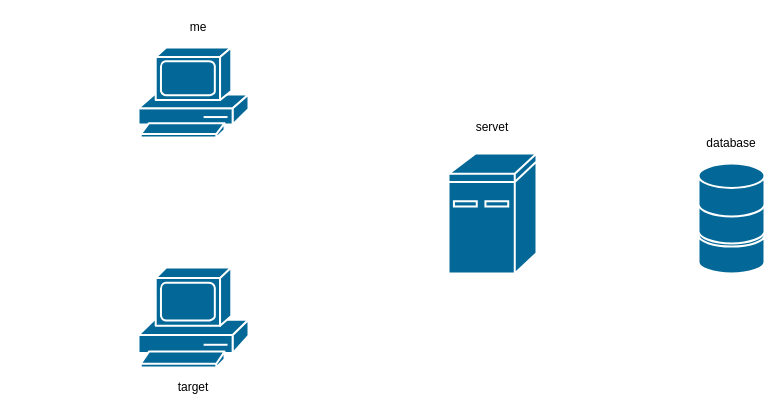
Above: data.drawio in omh02033/t-tracking (draw.io), before the change. Source tidied: cells renumbered, new cells numbered last; positions are measured from the earlier drawing's top-left corner, leaving out a move shared by most shapes. Both pictures are drawn from the tidied source at 100%, with x=0, y=0 at pixel (138, 17).
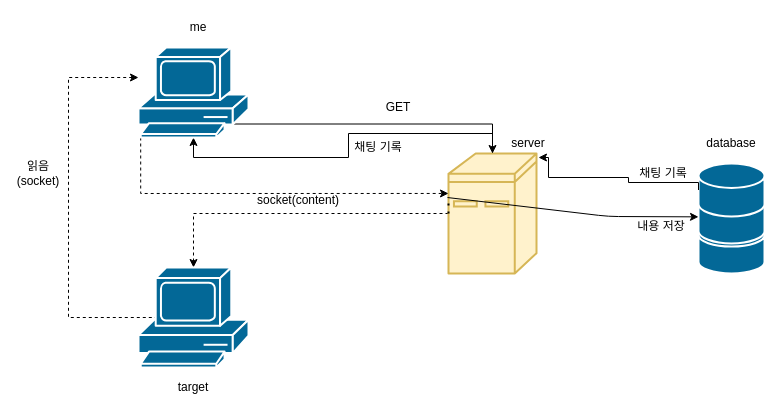
The same diagram, later.

Unchanged cells that the change refers to:
```xml
<mxCell id="3" style="shape=mxgraph.cisco.computers_and_peripherals.pc;html=1;dashed=0;fillColor=#036897;strokeColor=#ffffff;strokeWidth=2;verticalLabelPosition=bottom;verticalAlign=top;align=center;outlineConnect=0;" parent="1" vertex="1">
  <mxGeometry y="250" width="110" height="100" as="geometry" />
</mxCell>
<mxCell id="4" style="shape=mxgraph.cisco.computers_and_peripherals.pc;html=1;dashed=0;fillColor=#036897;strokeColor=#ffffff;strokeWidth=2;verticalLabelPosition=bottom;verticalAlign=top;align=center;outlineConnect=0;" parent="1" vertex="1">
  <mxGeometry y="30" width="110" height="90" as="geometry" />
</mxCell>
<mxCell id="6" style="shape=mxgraph.cisco.storage.relational_database;html=1;dashed=0;fillColor=#036897;strokeColor=#ffffff;strokeWidth=2;verticalLabelPosition=bottom;verticalAlign=top;align=center;outlineConnect=0;" parent="1" vertex="1">
  <mxGeometry x="560" y="173" width="66" height="53" as="geometry" />
</mxCell>
<mxCell id="7" style="shape=mxgraph.cisco.storage.relational_database;html=1;dashed=0;fillColor=#036897;strokeColor=#ffffff;strokeWidth=2;verticalLabelPosition=bottom;verticalAlign=top;align=center;outlineConnect=0;" parent="1" vertex="1">
  <mxGeometry x="560" y="146" width="66" height="53" as="geometry" />
</mxCell>
```

What changed in the source:
```diff
@@
+    <mxCell id="12" style="edgeStyle=orthogonalEdgeStyle;rounded=0;jettySize=auto;html=1;exitX=0.5;exitY=0;exitDx=0;exitDy=0;exitPerimeter=0;" parent="1" edge="1" source="2" target="4">
+      <mxGeometry relative="1" as="geometry" />
+    </mxCell>
+    <mxCell id="13" style="edgeStyle=orthogonalEdgeStyle;rounded=0;jettySize=auto;html=1;exitX=0;exitY=0.5;exitDx=0;exitDy=0;exitPerimeter=0;entryX=0.5;entryY=0;entryDx=0;entryDy=0;entryPerimeter=0;dashed=1;" parent="1" edge="1" source="2" target="3">
+      <mxGeometry relative="1" as="geometry" />
+    </mxCell>
-    <mxCell id="2" style="shape=mxgraph.cisco.computers_and_peripherals.ibm_mini_as400;html=1;dashed=0;fillColor=#036897;strokeColor=#ffffff;strokeWidth=2;verticalLabelPosition=bottom;verticalAlign=top;align=center;outlineConnect=0;" parent="1" vertex="1">
+    <mxCell id="2" style="shape=mxgraph.cisco.computers_and_peripherals.ibm_mini_as400;html=1;dashed=0;strokeWidth=2;verticalLabelPosition=bottom;verticalAlign=top;align=center;outlineConnect=0;strokeColor=#d6b656;fillColor=#fff2cc;" parent="1" vertex="1">
       <mxGeometry x="310" y="136" width="88" height="120" as="geometry" />
     </mxCell>
+    <mxCell id="14" style="edgeStyle=orthogonalEdgeStyle;rounded=0;jettySize=auto;html=1;exitX=0.83;exitY=0.5;exitDx=0;exitDy=0;exitPerimeter=0;dashed=1;" parent="1" edge="1" source="3" target="4">
+      <mxGeometry relative="1" as="geometry">
+        <Array as="points">
+          <mxPoint x="-70" y="300" />
+          <mxPoint x="-70" y="60" />
+        </Array>
+      </mxGeometry>
+    </mxCell>
@@
+    <mxCell id="15" style="edgeStyle=orthogonalEdgeStyle;rounded=0;jettySize=auto;html=1;exitX=0.86;exitY=0.85;exitDx=0;exitDy=0;exitPerimeter=0;" parent="1" edge="1" source="4" target="2">
+      <mxGeometry relative="1" as="geometry" />
+    </mxCell>
+    <mxCell id="16" style="edgeStyle=orthogonalEdgeStyle;jettySize=auto;html=1;exitX=0.02;exitY=1;exitDx=0;exitDy=0;exitPerimeter=0;entryX=0;entryY=0.333;entryDx=0;entryDy=0;entryPerimeter=0;rounded=0;dashed=1;" parent="1" edge="1" source="4" target="2">
+      <mxGeometry relative="1" as="geometry" />
+    </mxCell>
@@
-    <mxCell id="10" value="servet" style="text;html=1;strokeColor=none;fillColor=none;align=center;verticalAlign=middle;whiteSpace=wrap;rounded=0;" parent="1" vertex="1">
-      <mxGeometry x="334" y="100" width="40" height="20" as="geometry" />
+    <mxCell id="10" value="server" style="text;html=1;strokeColor=none;fillColor=none;align=center;verticalAlign=middle;whiteSpace=wrap;rounded=0;" parent="1" vertex="1">
+      <mxGeometry x="370" y="116" width="40" height="20" as="geometry" />
     </mxCell>
@@
+    <mxCell id="17" value="GET" style="text;html=1;strokeColor=none;fillColor=none;align=center;verticalAlign=middle;whiteSpace=wrap;rounded=0;" parent="1" vertex="1">
+      <mxGeometry x="240" y="80" width="40" height="20" as="geometry" />
+    </mxCell>
+    <mxCell id="18" value="채팅 기록" style="text;html=1;strokeColor=none;fillColor=none;align=center;verticalAlign=middle;whiteSpace=wrap;rounded=0;" parent="1" vertex="1">
+      <mxGeometry x="490" y="146" width="70" height="20" as="geometry" />
+    </mxCell>
+    <mxCell id="19" value="채팅 기록" style="text;html=1;strokeColor=none;fillColor=none;align=center;verticalAlign=middle;whiteSpace=wrap;rounded=0;" parent="1" vertex="1">
+      <mxGeometry x="210" y="120" width="60" height="20" as="geometry" />
+    </mxCell>
+    <mxCell id="20" value="socket(content)" style="text;html=1;strokeColor=none;fillColor=none;align=center;verticalAlign=middle;whiteSpace=wrap;rounded=0;" parent="1" vertex="1">
+      <mxGeometry x="140" y="173" width="40" height="20" as="geometry" />
+    </mxCell>
+    <mxCell id="21" style="endArrow=classic;html=1;exitX=-0.011;exitY=0.367;exitDx=0;exitDy=0;exitPerimeter=0;endFill=1;" parent="1" edge="1" source="2" target="6">
+      <mxGeometry relative="1" as="geometry">
+        <Array as="points">
+          <mxPoint x="470" y="199" />
+        </Array>
+      </mxGeometry>
+    </mxCell>
+    <mxCell id="22" value="내용 저장" style="text;html=1;strokeColor=none;fillColor=none;align=center;verticalAlign=middle;whiteSpace=wrap;rounded=0;rotation=0;" parent="1" vertex="1">
+      <mxGeometry x="473" y="199" width="100" height="20" as="geometry" />
+    </mxCell>
+    <mxCell id="23" value="읽음(socket)" style="text;html=1;strokeColor=none;fillColor=none;align=center;verticalAlign=middle;whiteSpace=wrap;rounded=0;" parent="1" vertex="1">
+      <mxGeometry x="-120" y="146" width="40" height="20" as="geometry" />
+    </mxCell>
+    <mxCell id="24" style="edgeStyle=orthogonalEdgeStyle;rounded=0;jettySize=auto;html=1;endArrow=classic;endFill=1;exitX=0;exitY=0.5;exitDx=0;exitDy=0;exitPerimeter=0;" parent="1" edge="1" source="7">
+      <mxGeometry relative="1" as="geometry">
+        <mxPoint x="400" y="140" as="targetPoint" />
+        <Array as="points">
+          <mxPoint x="560" y="165" />
+          <mxPoint x="490" y="165" />
+          <mxPoint x="490" y="160" />
+          <mxPoint x="410" y="160" />
+          <mxPoint x="410" y="140" />
+        </Array>
+      </mxGeometry>
+    </mxCell>
+    <mxCell id="25" style="endArrow=none;dashed=1;html=1;dashPattern=1 3;strokeWidth=2;exitX=0;exitY=0.5;exitDx=0;exitDy=0;exitPerimeter=0;" parent="1" edge="1" source="2">
+      <mxGeometry relative="1" as="geometry">
+        <mxPoint x="310" y="180" as="targetPoint" />
+      </mxGeometry>
+    </mxCell>
```
